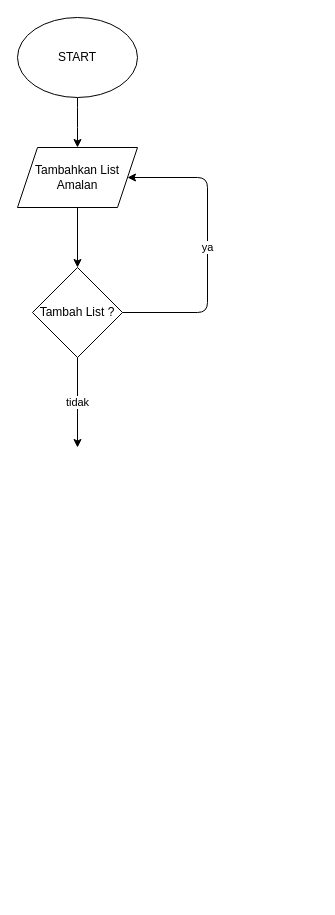
izmiduwicahyangmail/Izmi_Amalist keeps this draw.io diagram as flowchart.drawio. Above is the earlier version. Source tidied: cells renumbered, new cells numbered last; positions are measured from the earlier drawing's top-left corner, leaving out a move shared by most shapes. Both pictures are drawn from the tidied source at 100%, with x=0, y=0 at pixel (17, 17).
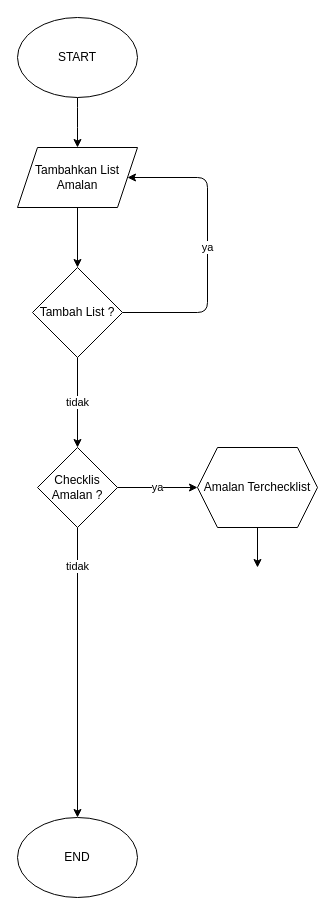
After the change.

Commit message:
Inisialisasi pengkondisian checklist amalan

The edit, as a diff of the source:
```diff
@@
+    <mxCell id="10" value="END" style="ellipse;whiteSpace=wrap;html=1;" parent="1" vertex="1">
+      <mxGeometry y="800" width="120" height="80" as="geometry" />
+    </mxCell>
+    <mxCell id="11" value="ya" style="edgeStyle=none;html=1;exitX=1;exitY=0.5;exitDx=0;exitDy=0;entryX=0;entryY=0.5;entryDx=0;entryDy=0;" parent="1" edge="1" source="13" target="15">
+      <mxGeometry relative="1" as="geometry" />
+    </mxCell>
+    <mxCell id="12" value="tidak" style="edgeStyle=none;html=1;entryX=0.5;entryY=0;entryDx=0;entryDy=0;" parent="1" edge="1" source="13" target="10">
+      <mxGeometry x="-0.73" relative="1" as="geometry" />
+    </mxCell>
+    <mxCell id="13" value="Checklis Amalan ?" style="rhombus;whiteSpace=wrap;html=1;" parent="1" vertex="1">
+      <mxGeometry x="20" y="430" width="80" height="80" as="geometry" />
+    </mxCell>
+    <mxCell id="14" style="edgeStyle=none;html=1;entryX=0.5;entryY=0;entryDx=0;entryDy=0;" parent="1" edge="1" source="15">
+      <mxGeometry relative="1" as="geometry">
+        <mxPoint x="240" y="550" as="targetPoint" />
+      </mxGeometry>
+    </mxCell>
+    <mxCell id="15" value="Amalan Terchecklist" style="shape=hexagon;perimeter=hexagonPerimeter2;whiteSpace=wrap;html=1;fixedSize=1;" parent="1" vertex="1">
+      <mxGeometry x="180" y="430" width="120" height="80" as="geometry" />
+    </mxCell>
```
